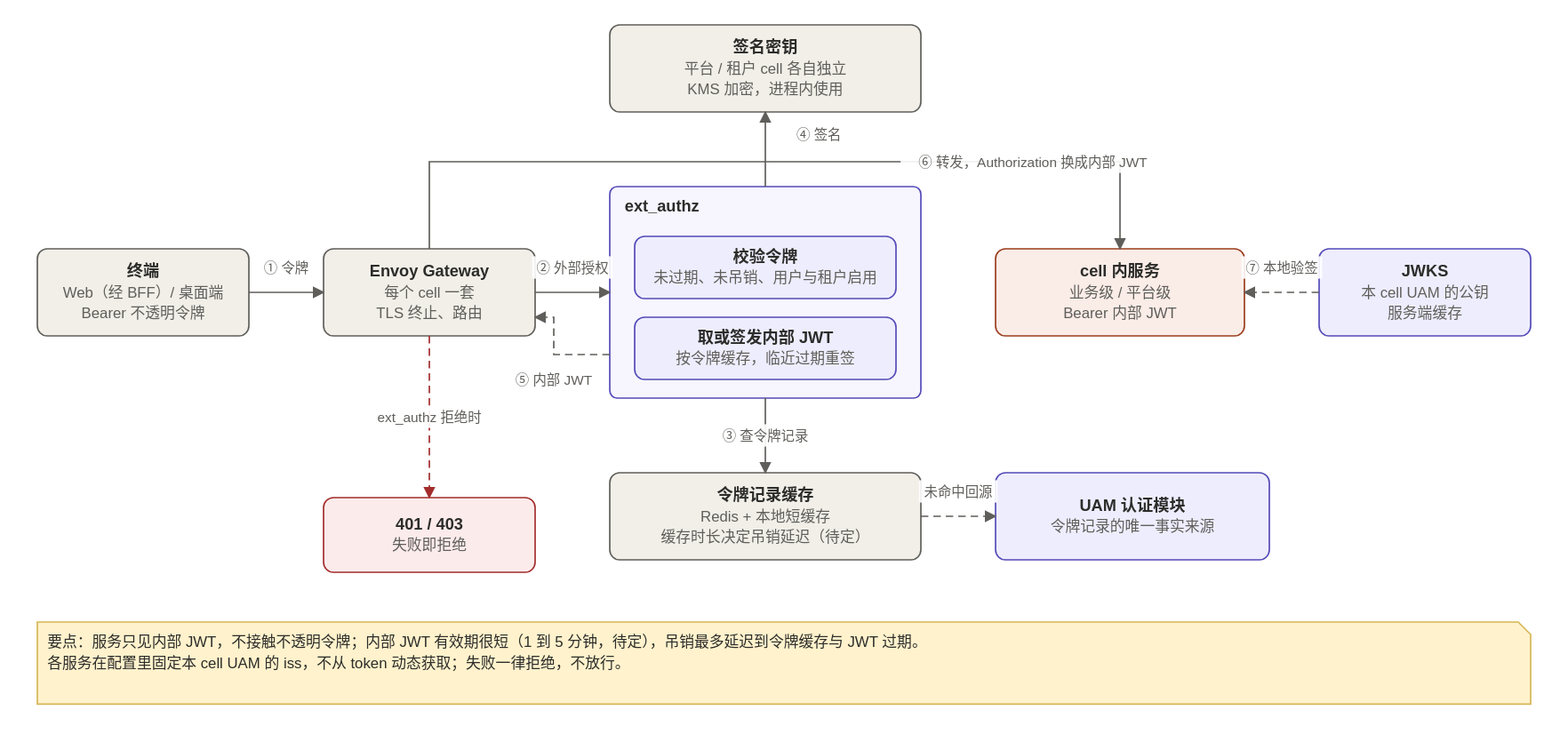
Before: docs/system-design/assets/02-gateway-token-exchange.drawio.svg, a diagram exported from draw.io (xiayy860612/tech-toolkit). Source tidied: cells renumbered, new cells last; positions are measured from the earlier drawing's top-left corner, leaving out a move shared by most shapes. The source it was exported from:
```xml
<mxGraphModel>
  <root>
    <mxCell id="0" />
    <mxCell id="1" parent="0" />
    <mxCell id="2" value="&lt;b&gt;终端&lt;/b&gt;&lt;br&gt;&lt;font color=&quot;#5F5E5A&quot; style=&quot;font-size: 12px;&quot;&gt;Web（经 BFF）/ 桌面端&lt;br&gt;Bearer 不透明令牌&lt;/font&gt;" style="rounded=1;whiteSpace=wrap;html=1;arcSize=12;fillColor=#F1EFE8;strokeColor=#5F5E5A;fontSize=13;fontColor=#2C2C2A;strokeWidth=1.2;" parent="1" vertex="1">
      <mxGeometry y="180" width="170" height="70" as="geometry" />
    </mxCell>
    <mxCell id="3" value="&lt;b&gt;Envoy Gateway&lt;/b&gt;&lt;br&gt;&lt;font color=&quot;#5F5E5A&quot; style=&quot;font-size: 12px;&quot;&gt;每个 cell 一套&lt;br&gt;TLS 终止、路由&lt;/font&gt;" style="rounded=1;whiteSpace=wrap;html=1;arcSize=12;fillColor=#F1EFE8;strokeColor=#5F5E5A;fontSize=13;fontColor=#2C2C2A;strokeWidth=1.2;" parent="1" vertex="1">
      <mxGeometry x="230" y="180" width="170" height="70" as="geometry" />
    </mxCell>
    <mxCell id="4" value="ext_authz" style="rounded=1;whiteSpace=wrap;html=1;arcSize=3;fillColor=#F7F6FF;strokeColor=#534AB7;strokeWidth=1.2;verticalAlign=top;align=left;spacingLeft=10;spacingTop=2;fontStyle=1;fontSize=13;fontColor=#2C2C2A;" parent="1" vertex="1">
      <mxGeometry x="460" y="130" width="250" height="170" as="geometry" />
    </mxCell>
    <mxCell id="5" value="&lt;b&gt;校验令牌&lt;/b&gt;&lt;br&gt;&lt;font color=&quot;#5F5E5A&quot; style=&quot;font-size: 12px;&quot;&gt;未过期、未吊销、用户与租户启用&lt;/font&gt;" style="rounded=1;whiteSpace=wrap;html=1;arcSize=12;fillColor=#EEEDFE;strokeColor=#534AB7;fontSize=13;fontColor=#2C2C2A;strokeWidth=1.2;" parent="1" vertex="1">
      <mxGeometry x="480" y="170" width="210" height="50" as="geometry" />
    </mxCell>
    <mxCell id="6" value="&lt;b&gt;取或签发内部 JWT&lt;/b&gt;&lt;br&gt;&lt;font color=&quot;#5F5E5A&quot; style=&quot;font-size: 12px;&quot;&gt;按令牌缓存，临近过期重签&lt;/font&gt;" style="rounded=1;whiteSpace=wrap;html=1;arcSize=12;fillColor=#EEEDFE;strokeColor=#534AB7;fontSize=13;fontColor=#2C2C2A;strokeWidth=1.2;" parent="1" vertex="1">
      <mxGeometry x="480" y="235" width="210" height="50" as="geometry" />
    </mxCell>
    <mxCell id="7" value="&lt;b&gt;签名密钥&lt;/b&gt;&lt;br&gt;&lt;font color=&quot;#5F5E5A&quot; style=&quot;font-size: 12px;&quot;&gt;平台 / 租户 cell 各自独立&lt;br&gt;KMS 加密，进程内使用&lt;/font&gt;" style="rounded=1;whiteSpace=wrap;html=1;arcSize=12;fillColor=#F1EFE8;strokeColor=#5F5E5A;fontSize=13;fontColor=#2C2C2A;strokeWidth=1.2;" parent="1" vertex="1">
      <mxGeometry x="460" width="250" height="70" as="geometry" />
    </mxCell>
    <mxCell id="8" value="&lt;b&gt;令牌记录缓存&lt;/b&gt;&lt;br&gt;&lt;font color=&quot;#5F5E5A&quot; style=&quot;font-size: 12px;&quot;&gt;Redis + 本地短缓存&lt;br&gt;缓存时长决定吊销延迟（待定）&lt;/font&gt;" style="rounded=1;whiteSpace=wrap;html=1;arcSize=12;fillColor=#F1EFE8;strokeColor=#5F5E5A;fontSize=13;fontColor=#2C2C2A;strokeWidth=1.2;" parent="1" vertex="1">
      <mxGeometry x="460" y="360" width="250" height="70" as="geometry" />
    </mxCell>
    <mxCell id="9" value="&lt;b&gt;UAM 认证模块&lt;/b&gt;&lt;br&gt;&lt;font color=&quot;#5F5E5A&quot; style=&quot;font-size: 12px;&quot;&gt;令牌记录的唯一事实来源&lt;/font&gt;" style="rounded=1;whiteSpace=wrap;html=1;arcSize=12;fillColor=#EEEDFE;strokeColor=#534AB7;fontSize=13;fontColor=#2C2C2A;strokeWidth=1.2;" parent="1" vertex="1">
      <mxGeometry x="770" y="360" width="220" height="70" as="geometry" />
    </mxCell>
    <mxCell id="10" value="&lt;b&gt;cell 内服务&lt;/b&gt;&lt;br&gt;&lt;font color=&quot;#5F5E5A&quot; style=&quot;font-size: 12px;&quot;&gt;业务级 / 平台级&lt;br&gt;Bearer 内部 JWT&lt;/font&gt;" style="rounded=1;whiteSpace=wrap;html=1;arcSize=12;fillColor=#FAECE7;strokeColor=#993C1D;fontSize=13;fontColor=#2C2C2A;strokeWidth=1.2;" parent="1" vertex="1">
      <mxGeometry x="770" y="180" width="200" height="70" as="geometry" />
    </mxCell>
    <mxCell id="11" value="&lt;b&gt;JWKS&lt;/b&gt;&lt;br&gt;&lt;font color=&quot;#5F5E5A&quot; style=&quot;font-size: 12px;&quot;&gt;本 cell UAM 的公钥&lt;br&gt;服务端缓存&lt;/font&gt;" style="rounded=1;whiteSpace=wrap;html=1;arcSize=12;fillColor=#EEEDFE;strokeColor=#534AB7;fontSize=13;fontColor=#2C2C2A;strokeWidth=1.2;" parent="1" vertex="1">
      <mxGeometry x="1030" y="180" width="170" height="70" as="geometry" />
    </mxCell>
    <mxCell id="12" value="&lt;b&gt;401 / 403&lt;/b&gt;&lt;br&gt;&lt;font color=&quot;#5F5E5A&quot; style=&quot;font-size: 12px;&quot;&gt;失败即拒绝&lt;/font&gt;" style="rounded=1;whiteSpace=wrap;html=1;arcSize=12;fillColor=#FCEBEB;strokeColor=#A32D2D;fontSize=13;fontColor=#2C2C2A;strokeWidth=1.2;" parent="1" vertex="1">
      <mxGeometry x="230" y="380" width="170" height="60" as="geometry" />
    </mxCell>
    <mxCell id="13" style="edgeStyle=none;html=1;rounded=0;endArrow=classic;startArrow=none;endFill=1;startFill=1;endSize=7;strokeColor=#5F5E5A;strokeWidth=1.2;" parent="1" edge="1">
      <mxGeometry relative="1" as="geometry">
        <mxPoint x="170" y="215" as="sourcePoint" />
        <mxPoint x="230" y="215" as="targetPoint" />
      </mxGeometry>
    </mxCell>
    <mxCell id="14" value="① 令牌" style="text;html=1;align=center;verticalAlign=middle;fontSize=11;fontColor=#5F5E5A;labelBackgroundColor=#FFFFFF;" parent="1" vertex="1">
      <mxGeometry x="178" y="186" width="44" height="18" as="geometry" />
    </mxCell>
    <mxCell id="15" style="edgeStyle=none;html=1;rounded=0;endArrow=classic;startArrow=none;endFill=1;startFill=1;endSize=7;strokeColor=#5F5E5A;strokeWidth=1.2;" parent="1" edge="1">
      <mxGeometry relative="1" as="geometry">
        <mxPoint x="400" y="215" as="sourcePoint" />
        <mxPoint x="460" y="215" as="targetPoint" />
      </mxGeometry>
    </mxCell>
    <mxCell id="16" value="② 外部授权" style="text;html=1;align=center;verticalAlign=middle;fontSize=11;fontColor=#5F5E5A;labelBackgroundColor=#FFFFFF;" parent="1" vertex="1">
      <mxGeometry x="397" y="186" width="66" height="18" as="geometry" />
    </mxCell>
    <mxCell id="17" style="edgeStyle=none;html=1;rounded=0;endArrow=classic;startArrow=none;endFill=1;startFill=1;endSize=7;strokeColor=#5F5E5A;strokeWidth=1.2;" parent="1" edge="1">
      <mxGeometry relative="1" as="geometry">
        <mxPoint x="585" y="300" as="sourcePoint" />
        <mxPoint x="585" y="360" as="targetPoint" />
      </mxGeometry>
    </mxCell>
    <mxCell id="18" value="③ 查令牌记录" style="text;html=1;align=center;verticalAlign=middle;fontSize=11;fontColor=#5F5E5A;labelBackgroundColor=#FFFFFF;" parent="1" vertex="1">
      <mxGeometry x="546.5" y="321" width="77" height="18" as="geometry" />
    </mxCell>
    <mxCell id="19" style="edgeStyle=none;html=1;rounded=0;endArrow=classic;startArrow=none;endFill=1;startFill=1;endSize=7;strokeColor=#5F5E5A;strokeWidth=1.2;dashed=1;" parent="1" edge="1">
      <mxGeometry relative="1" as="geometry">
        <mxPoint x="710" y="395" as="sourcePoint" />
        <mxPoint x="770" y="395" as="targetPoint" />
      </mxGeometry>
    </mxCell>
    <mxCell id="20" value="未命中回源" style="text;html=1;align=center;verticalAlign=middle;fontSize=11;fontColor=#5F5E5A;labelBackgroundColor=#FFFFFF;" parent="1" vertex="1">
      <mxGeometry x="707.5" y="366" width="65" height="18" as="geometry" />
    </mxCell>
    <mxCell id="21" style="edgeStyle=none;html=1;rounded=0;endArrow=classic;startArrow=none;endFill=1;startFill=1;endSize=7;strokeColor=#5F5E5A;strokeWidth=1.2;" parent="1" edge="1">
      <mxGeometry relative="1" as="geometry">
        <mxPoint x="585" y="130" as="sourcePoint" />
        <mxPoint x="585" y="70" as="targetPoint" />
      </mxGeometry>
    </mxCell>
    <mxCell id="22" value="④ 签名" style="text;html=1;align=left;verticalAlign=middle;fontSize=11;fontColor=#5F5E5A;labelBackgroundColor=#FFFFFF;" parent="1" vertex="1">
      <mxGeometry x="610" y="79" width="44" height="18" as="geometry" />
    </mxCell>
    <mxCell id="23" style="edgeStyle=none;html=1;rounded=0;endArrow=classic;startArrow=none;endFill=1;startFill=1;endSize=7;strokeColor=#5F5E5A;strokeWidth=1.2;dashed=1;" parent="1" edge="1">
      <mxGeometry relative="1" as="geometry">
        <mxPoint x="460" y="265" as="sourcePoint" />
        <mxPoint x="400" y="235" as="targetPoint" />
        <Array as="points">
          <mxPoint x="415" y="265" />
          <mxPoint x="415" y="235" />
        </Array>
      </mxGeometry>
    </mxCell>
    <mxCell id="24" value="⑤ 内部 JWT" style="text;html=1;align=center;verticalAlign=middle;fontSize=11;fontColor=#5F5E5A;labelBackgroundColor=#FFFFFF;" parent="1" vertex="1">
      <mxGeometry x="380" y="276" width="70" height="18" as="geometry" />
    </mxCell>
    <mxCell id="25" style="edgeStyle=none;html=1;rounded=0;endArrow=classic;startArrow=none;endFill=1;startFill=1;endSize=7;strokeColor=#5F5E5A;strokeWidth=1.2;" parent="1" edge="1">
      <mxGeometry relative="1" as="geometry">
        <mxPoint x="315" y="180" as="sourcePoint" />
        <mxPoint x="870" y="180" as="targetPoint" />
        <Array as="points">
          <mxPoint x="315" y="110" />
          <mxPoint x="870" y="110" />
        </Array>
      </mxGeometry>
    </mxCell>
    <mxCell id="26" value="⑥ 转发，Authorization 换成内部 JWT" style="text;html=1;align=center;verticalAlign=middle;fontSize=11;fontColor=#5F5E5A;labelBackgroundColor=#FFFFFF;" parent="1" vertex="1">
      <mxGeometry x="693" y="101" width="214" height="18" as="geometry" />
    </mxCell>
    <mxCell id="27" style="edgeStyle=none;html=1;rounded=0;endArrow=classic;startArrow=none;endFill=1;startFill=1;endSize=7;strokeColor=#5F5E5A;strokeWidth=1.2;dashed=1;" parent="1" edge="1">
      <mxGeometry relative="1" as="geometry">
        <mxPoint x="1030" y="215" as="sourcePoint" />
        <mxPoint x="970" y="215" as="targetPoint" />
      </mxGeometry>
    </mxCell>
    <mxCell id="28" value="⑦ 本地验签" style="text;html=1;align=center;verticalAlign=middle;fontSize=11;fontColor=#5F5E5A;labelBackgroundColor=#FFFFFF;" parent="1" vertex="1">
      <mxGeometry x="967" y="186" width="66" height="18" as="geometry" />
    </mxCell>
    <mxCell id="29" style="edgeStyle=none;html=1;rounded=0;endArrow=classic;startArrow=none;endFill=1;startFill=1;endSize=7;strokeColor=#A32D2D;strokeWidth=1.2;dashed=1;" parent="1" edge="1">
      <mxGeometry relative="1" as="geometry">
        <mxPoint x="315" y="250" as="sourcePoint" />
        <mxPoint x="315" y="380" as="targetPoint" />
      </mxGeometry>
    </mxCell>
    <mxCell id="30" value="ext_authz 拒绝时" style="text;html=1;align=center;verticalAlign=middle;fontSize=11;fontColor=#5F5E5A;labelBackgroundColor=#FFFFFF;" parent="1" vertex="1">
      <mxGeometry x="262" y="306" width="106" height="18" as="geometry" />
    </mxCell>
    <mxCell id="31" value="要点：服务只见内部 JWT，不接触不透明令牌；内部 JWT 有效期很短（1 到 5 分钟，待定），吊销最多延迟到令牌缓存与 JWT 过期。&lt;br&gt;各服务在配置里固定本 cell UAM 的 iss，不从 token 动态获取；失败一律拒绝，不放行。" style="shape=note;whiteSpace=wrap;html=1;size=10;fillColor=#FFF2CC;strokeColor=#D6B656;align=left;spacingLeft=6;fontSize=12;fontColor=#2C2C2A;" parent="1" vertex="1">
      <mxGeometry y="480" width="1200" height="66" as="geometry" />
    </mxCell>
  </root>
</mxGraphModel>
```
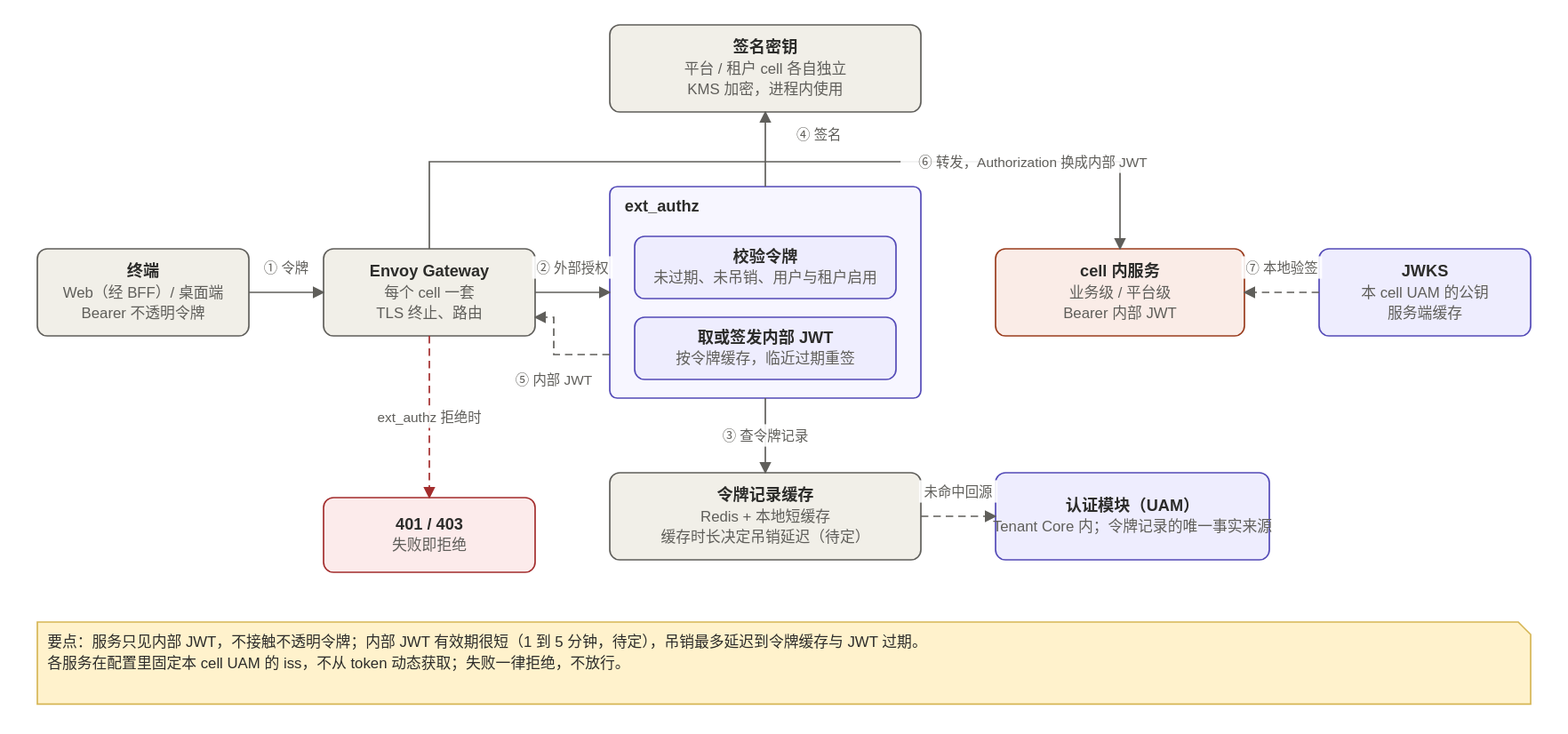
Later version of the same file.

Commit message:
docs(system-design): UAM 并入 Tenant Core（D30），图按 cell 分层重画

The edit, as a diff of the source:
```diff
@@ -23,7 +23,7 @@
     <mxCell id="8" value="&lt;b&gt;令牌记录缓存&lt;/b&gt;&lt;br&gt;&lt;font color=&quot;#5F5E5A&quot; style=&quot;font-size: 12px;&quot;&gt;Redis + 本地短缓存&lt;br&gt;缓存时长决定吊销延迟（待定）&lt;/font&gt;" style="rounded=1;whiteSpace=wrap;html=1;arcSize=12;fillColor=#F1EFE8;strokeColor=#5F5E5A;fontSize=13;fontColor=#2C2C2A;strokeWidth=1.2;" parent="1" vertex="1">
       <mxGeometry x="460" y="360" width="250" height="70" as="geometry" />
     </mxCell>
-    <mxCell id="9" value="&lt;b&gt;UAM 认证模块&lt;/b&gt;&lt;br&gt;&lt;font color=&quot;#5F5E5A&quot; style=&quot;font-size: 12px;&quot;&gt;令牌记录的唯一事实来源&lt;/font&gt;" style="rounded=1;whiteSpace=wrap;html=1;arcSize=12;fillColor=#EEEDFE;strokeColor=#534AB7;fontSize=13;fontColor=#2C2C2A;strokeWidth=1.2;" parent="1" vertex="1">
+    <mxCell id="9" value="&lt;b&gt;认证模块（UAM）&lt;/b&gt;&lt;br&gt;&lt;font color=&quot;#5F5E5A&quot; style=&quot;font-size: 12px;&quot;&gt;Tenant Core 内；令牌记录的唯一事实来源&lt;/font&gt;" style="rounded=1;whiteSpace=wrap;html=1;arcSize=12;fillColor=#EEEDFE;strokeColor=#534AB7;fontSize=13;fontColor=#2C2C2A;strokeWidth=1.2;" parent="1" vertex="1">
       <mxGeometry x="770" y="360" width="220" height="70" as="geometry" />
     </mxCell>
     <mxCell id="10" value="&lt;b&gt;cell 内服务&lt;/b&gt;&lt;br&gt;&lt;font color=&quot;#5F5E5A&quot; style=&quot;font-size: 12px;&quot;&gt;业务级 / 平台级&lt;br&gt;Bearer 内部 JWT&lt;/font&gt;" style="rounded=1;whiteSpace=wrap;html=1;arcSize=12;fillColor=#FAECE7;strokeColor=#993C1D;fontSize=13;fontColor=#2C2C2A;strokeWidth=1.2;" parent="1" vertex="1">
```
